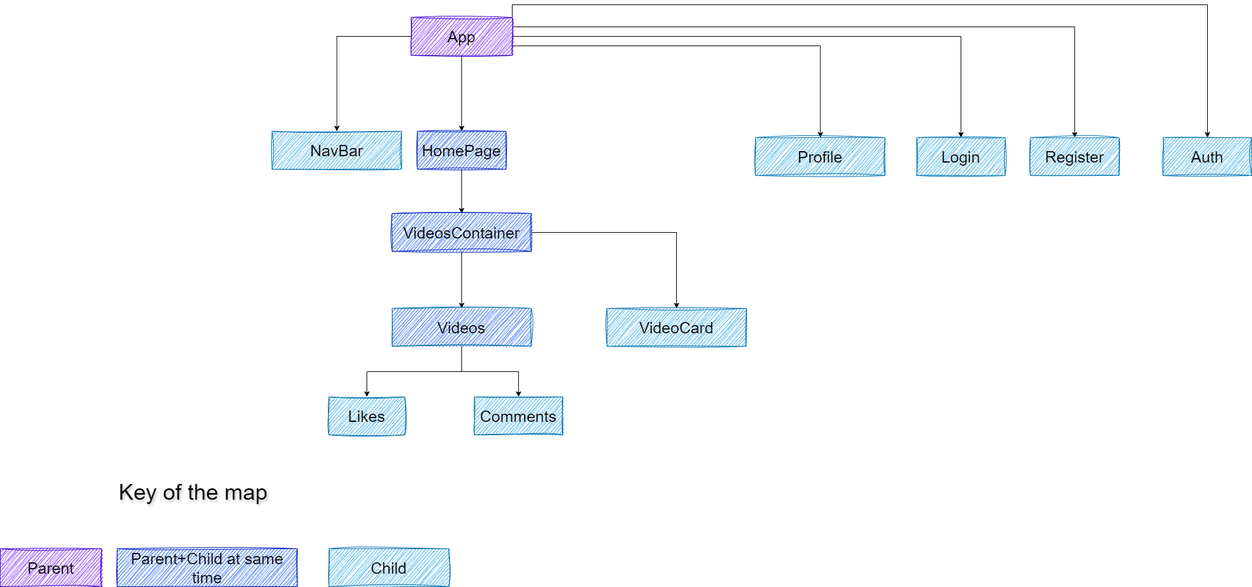
Earlier version of the draw.io export images/Videos_Waves -Hierarchy_Diagram.drawio.png (HussainALAradi5/videos_waves). Source tidied: cells renumbered, new cells last; positions are measured from the earlier drawing's top-left corner, leaving out a move shared by most shapes. The source it was exported from:
```xml
<mxGraphModel>
  <root>
    <mxCell id="0" />
    <mxCell id="1" parent="0" />
    <mxCell id="2" style="edgeStyle=orthogonalEdgeStyle;rounded=0;jettySize=auto;html=1;" parent="1" edge="1" source="8" target="10">
      <mxGeometry relative="1" as="geometry" />
    </mxCell>
    <mxCell id="3" style="edgeStyle=orthogonalEdgeStyle;rounded=0;jettySize=auto;html=1;entryX=0.5;entryY=0;entryDx=0;entryDy=0;" parent="1" edge="1" source="8" target="14">
      <mxGeometry relative="1" as="geometry" />
    </mxCell>
    <mxCell id="4" style="edgeStyle=orthogonalEdgeStyle;rounded=0;jettySize=auto;html=1;exitX=1;exitY=0.25;exitDx=0;exitDy=0;" parent="1" edge="1" source="8" target="24">
      <mxGeometry relative="1" as="geometry" />
    </mxCell>
    <mxCell id="5" style="edgeStyle=orthogonalEdgeStyle;rounded=0;jettySize=auto;html=1;exitX=1;exitY=0.5;exitDx=0;exitDy=0;" parent="1" edge="1" source="8" target="25">
      <mxGeometry relative="1" as="geometry" />
    </mxCell>
    <mxCell id="6" style="edgeStyle=orthogonalEdgeStyle;rounded=0;jettySize=auto;html=1;exitX=1;exitY=0;exitDx=0;exitDy=0;entryX=0.5;entryY=0;entryDx=0;entryDy=0;" parent="1" edge="1" source="8" target="23">
      <mxGeometry relative="1" as="geometry" />
    </mxCell>
    <mxCell id="7" style="edgeStyle=orthogonalEdgeStyle;rounded=0;jettySize=auto;html=1;exitX=1;exitY=0.75;exitDx=0;exitDy=0;entryX=0.5;entryY=0;entryDx=0;entryDy=0;" parent="1" edge="1" source="8" target="22">
      <mxGeometry relative="1" as="geometry" />
    </mxCell>
    <mxCell id="8" value="&lt;font color=&quot;#000000&quot; style=&quot;font-size: 25px;&quot;&gt;App&lt;/font&gt;" style="rounded=0;html=1;fillColor=#6a00ff;strokeColor=#3700CC;fontColor=#ffffff;whiteSpace=wrap;labelBorderColor=none;shadow=0;glass=0;sketch=1;curveFitting=1;jiggle=2;" parent="1" vertex="1">
      <mxGeometry x="650" width="160" height="60" as="geometry" />
    </mxCell>
    <mxCell id="9" style="edgeStyle=orthogonalEdgeStyle;rounded=0;jettySize=auto;html=1;" parent="1" edge="1" source="10" target="17">
      <mxGeometry relative="1" as="geometry" />
    </mxCell>
    <mxCell id="10" value="&lt;font color=&quot;#000000&quot; style=&quot;font-size: 25px;&quot;&gt;HomePage&lt;/font&gt;" style="rounded=0;html=1;fillColor=#0050ef;fontColor=#ffffff;strokeColor=#001DBC;sketch=1;curveFitting=1;jiggle=2;labelBorderColor=none;whiteSpace=wrap;" parent="1" vertex="1">
      <mxGeometry x="660" y="180" width="140" height="60" as="geometry" />
    </mxCell>
    <mxCell id="11" value="&lt;font style=&quot;font-size: 25px;&quot;&gt;Parent&lt;/font&gt;" style="rounded=0;whiteSpace=wrap;html=1;fillColor=#6a00ff;strokeColor=#3700CC;fontColor=#000000;sketch=1;curveFitting=1;jiggle=2;" parent="1" vertex="1">
      <mxGeometry y="840" width="160" height="60" as="geometry" />
    </mxCell>
    <mxCell id="12" value="&lt;font color=&quot;#000000&quot; style=&quot;font-size: 25px;&quot;&gt;Child&lt;/font&gt;" style="rounded=0;whiteSpace=wrap;html=1;fillColor=#1ba1e2;fontColor=#ffffff;strokeColor=#006EAF;glass=0;shadow=0;sketch=1;curveFitting=1;jiggle=2;" parent="1" vertex="1">
      <mxGeometry x="520" y="840" width="190" height="60" as="geometry" />
    </mxCell>
    <mxCell id="13" value="&lt;span style=&quot;font-size: 25px;&quot;&gt;Parent+Child at same time&lt;/span&gt;" style="rounded=0;whiteSpace=wrap;html=1;fillColor=#0050ef;fontColor=#000000;strokeColor=#001DBC;sketch=1;curveFitting=1;jiggle=2;" parent="1" vertex="1">
      <mxGeometry x="185" y="840" width="285" height="60" as="geometry" />
    </mxCell>
    <mxCell id="14" value="&lt;span style=&quot;font-size: 25px;&quot;&gt;&lt;font color=&quot;#000000&quot;&gt;NavBar&lt;/font&gt;&lt;/span&gt;" style="rounded=0;whiteSpace=wrap;html=1;fillColor=#1ba1e2;fontColor=#ffffff;strokeColor=#006EAF;glass=0;shadow=0;sketch=1;curveFitting=1;jiggle=2;" parent="1" vertex="1">
      <mxGeometry x="430" y="180" width="205" height="60" as="geometry" />
    </mxCell>
    <mxCell id="15" style="edgeStyle=orthogonalEdgeStyle;rounded=0;jettySize=auto;html=1;entryX=0.5;entryY=0;entryDx=0;entryDy=0;" parent="1" edge="1" source="17" target="20">
      <mxGeometry relative="1" as="geometry" />
    </mxCell>
    <mxCell id="16" style="edgeStyle=orthogonalEdgeStyle;rounded=0;jettySize=auto;html=1;" parent="1" edge="1" source="17" target="21">
      <mxGeometry relative="1" as="geometry" />
    </mxCell>
    <mxCell id="17" value="&lt;font color=&quot;#000000&quot; style=&quot;font-size: 25px;&quot;&gt;VideosContainer&lt;/font&gt;" style="rounded=0;html=1;fillColor=#0050ef;fontColor=#ffffff;strokeColor=#001DBC;sketch=1;curveFitting=1;jiggle=2;labelBorderColor=none;whiteSpace=wrap;" parent="1" vertex="1">
      <mxGeometry x="620" y="310" width="220" height="60" as="geometry" />
    </mxCell>
    <mxCell id="18" style="edgeStyle=orthogonalEdgeStyle;rounded=0;jettySize=auto;html=1;entryX=0.5;entryY=0;entryDx=0;entryDy=0;" parent="1" edge="1" source="20" target="27">
      <mxGeometry relative="1" as="geometry" />
    </mxCell>
    <mxCell id="19" style="edgeStyle=orthogonalEdgeStyle;rounded=0;jettySize=auto;html=1;entryX=0.5;entryY=0;entryDx=0;entryDy=0;" parent="1" edge="1" source="20" target="28">
      <mxGeometry relative="1" as="geometry" />
    </mxCell>
    <mxCell id="20" value="&lt;font color=&quot;#000000&quot; style=&quot;font-size: 25px;&quot;&gt;Videos&lt;/font&gt;" style="rounded=0;html=1;fillColor=#0050EF;fontColor=#ffffff;strokeColor=#006EAF;sketch=1;curveFitting=1;jiggle=2;labelBorderColor=none;whiteSpace=wrap;" parent="1" vertex="1">
      <mxGeometry x="620" y="460" width="220" height="60" as="geometry" />
    </mxCell>
    <mxCell id="21" value="&lt;font color=&quot;#000000&quot; style=&quot;font-size: 25px;&quot;&gt;VideoCard&lt;/font&gt;" style="rounded=0;html=1;fillColor=#1ba1e2;fontColor=#ffffff;strokeColor=#006EAF;sketch=1;curveFitting=1;jiggle=2;labelBorderColor=none;whiteSpace=wrap;" parent="1" vertex="1">
      <mxGeometry x="960" y="460" width="220" height="60" as="geometry" />
    </mxCell>
    <mxCell id="22" value="&lt;span style=&quot;font-size: 25px;&quot;&gt;&lt;font color=&quot;#000000&quot;&gt;Profile&lt;/font&gt;&lt;/span&gt;" style="rounded=0;whiteSpace=wrap;html=1;fillColor=#1ba1e2;fontColor=#ffffff;strokeColor=#006EAF;glass=0;shadow=0;sketch=1;curveFitting=1;jiggle=2;" parent="1" vertex="1">
      <mxGeometry x="1195" y="190" width="205" height="60" as="geometry" />
    </mxCell>
    <mxCell id="23" value="&lt;font color=&quot;#000000&quot; style=&quot;font-size: 25px;&quot;&gt;Auth&lt;/font&gt;" style="rounded=0;html=1;fillColor=#1ba1e2;fontColor=#ffffff;strokeColor=#006EAF;sketch=1;curveFitting=1;jiggle=2;labelBorderColor=none;whiteSpace=wrap;" parent="1" vertex="1">
      <mxGeometry x="1840" y="190" width="140" height="60" as="geometry" />
    </mxCell>
    <mxCell id="24" value="&lt;font color=&quot;#000000&quot; style=&quot;font-size: 25px;&quot;&gt;Register&lt;/font&gt;" style="rounded=0;html=1;fillColor=#1ba1e2;fontColor=#ffffff;strokeColor=#006EAF;sketch=1;curveFitting=1;jiggle=2;labelBorderColor=none;whiteSpace=wrap;" parent="1" vertex="1">
      <mxGeometry x="1630" y="190" width="140" height="60" as="geometry" />
    </mxCell>
    <mxCell id="25" value="&lt;font color=&quot;#000000&quot; style=&quot;font-size: 25px;&quot;&gt;Login&lt;/font&gt;" style="rounded=0;html=1;fillColor=#1ba1e2;fontColor=#ffffff;strokeColor=#006EAF;sketch=1;curveFitting=1;jiggle=2;labelBorderColor=none;whiteSpace=wrap;" parent="1" vertex="1">
      <mxGeometry x="1450" y="190" width="140" height="60" as="geometry" />
    </mxCell>
    <mxCell id="26" value="&lt;font style=&quot;font-size: 35px;&quot;&gt;Key of the map&lt;/font&gt;" style="text;html=1;align=center;verticalAlign=middle;strokeColor=none;fillColor=none;fontColor=#000000;labelBackgroundColor=none;labelBorderColor=none;textShadow=1;" parent="1" vertex="1">
      <mxGeometry x="175" y="720" width="260" height="60" as="geometry" />
    </mxCell>
    <mxCell id="27" value="Likes" style="whiteSpace=wrap;html=1;fillColor=#1ba1e2;strokeColor=#006EAF;fontColor=#000000;rounded=0;sketch=1;curveFitting=1;jiggle=2;labelBorderColor=none;fontSize=25;" parent="1" vertex="1">
      <mxGeometry x="520" y="600" width="120" height="60" as="geometry" />
    </mxCell>
    <mxCell id="28" value="Comments" style="whiteSpace=wrap;html=1;fillColor=#1ba1e2;strokeColor=#006EAF;fontColor=#000000;rounded=0;sketch=1;curveFitting=1;jiggle=2;labelBorderColor=none;fontSize=25;" parent="1" vertex="1">
      <mxGeometry x="750" y="600" width="140" height="60" as="geometry" />
    </mxCell>
  </root>
</mxGraphModel>
```
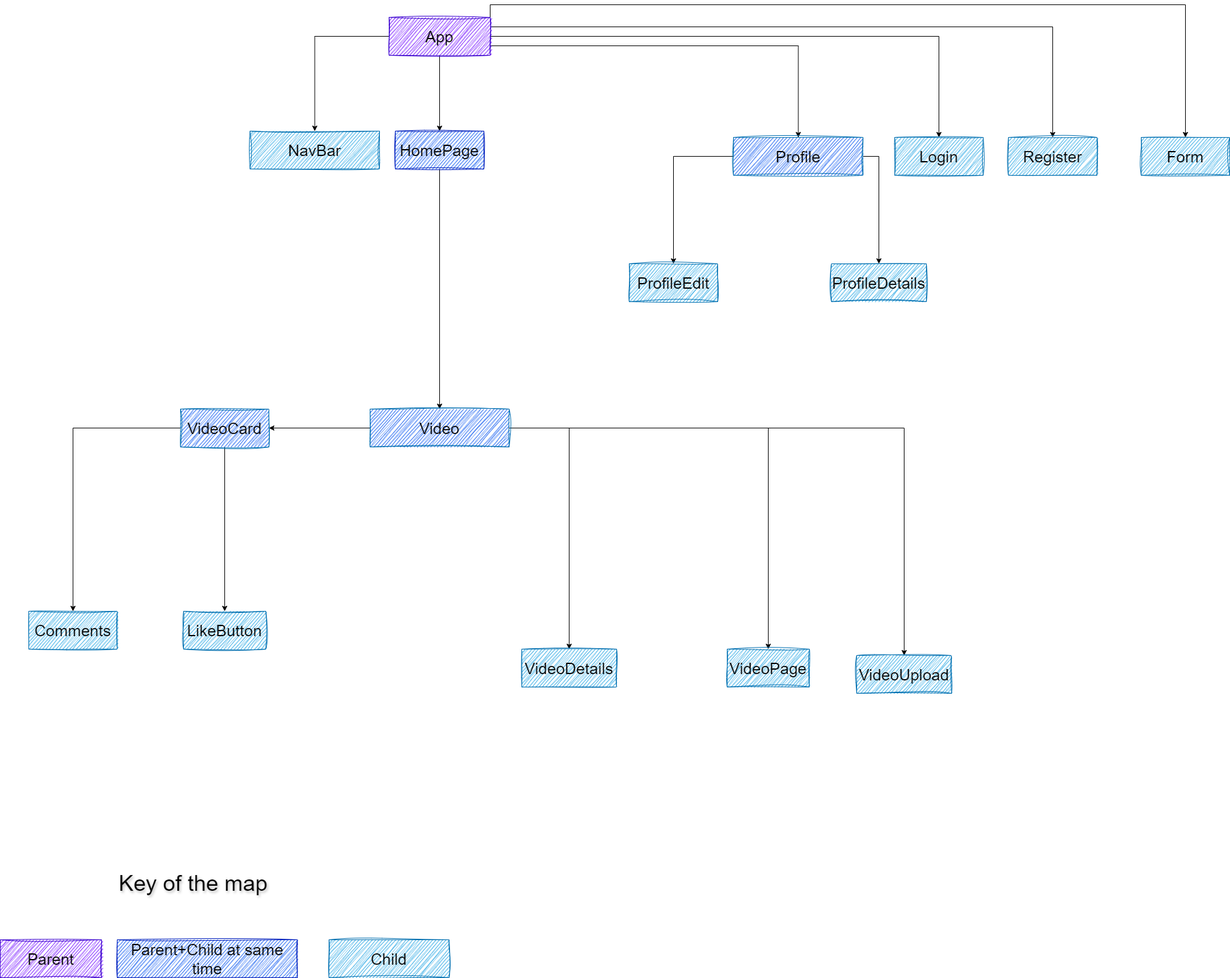
After the commit.

Diff of the diagram source:
```diff
@@ -23,49 +23,49 @@
     <mxCell id="8" value="&lt;font color=&quot;#000000&quot; style=&quot;font-size: 25px;&quot;&gt;App&lt;/font&gt;" style="rounded=0;html=1;fillColor=#6a00ff;strokeColor=#3700CC;fontColor=#ffffff;whiteSpace=wrap;labelBorderColor=none;shadow=0;glass=0;sketch=1;curveFitting=1;jiggle=2;" parent="1" vertex="1">
       <mxGeometry x="650" width="160" height="60" as="geometry" />
     </mxCell>
-    <mxCell id="9" style="edgeStyle=orthogonalEdgeStyle;rounded=0;jettySize=auto;html=1;" parent="1" edge="1" source="10" target="17">
+    <mxCell id="9" style="edgeStyle=orthogonalEdgeStyle;rounded=0;jettySize=auto;html=1;entryX=0.5;entryY=0;entryDx=0;entryDy=0;" parent="1" edge="1" source="10" target="20">
       <mxGeometry relative="1" as="geometry" />
     </mxCell>
     <mxCell id="10" value="&lt;font color=&quot;#000000&quot; style=&quot;font-size: 25px;&quot;&gt;HomePage&lt;/font&gt;" style="rounded=0;html=1;fillColor=#0050ef;fontColor=#ffffff;strokeColor=#001DBC;sketch=1;curveFitting=1;jiggle=2;labelBorderColor=none;whiteSpace=wrap;" parent="1" vertex="1">
       <mxGeometry x="660" y="180" width="140" height="60" as="geometry" />
     </mxCell>
     <mxCell id="11" value="&lt;font style=&quot;font-size: 25px;&quot;&gt;Parent&lt;/font&gt;" style="rounded=0;whiteSpace=wrap;html=1;fillColor=#6a00ff;strokeColor=#3700CC;fontColor=#000000;sketch=1;curveFitting=1;jiggle=2;" parent="1" vertex="1">
-      <mxGeometry y="840" width="160" height="60" as="geometry" />
+      <mxGeometry x="35" y="1460" width="160" height="60" as="geometry" />
     </mxCell>
     <mxCell id="12" value="&lt;font color=&quot;#000000&quot; style=&quot;font-size: 25px;&quot;&gt;Child&lt;/font&gt;" style="rounded=0;whiteSpace=wrap;html=1;fillColor=#1ba1e2;fontColor=#ffffff;strokeColor=#006EAF;glass=0;shadow=0;sketch=1;curveFitting=1;jiggle=2;" parent="1" vertex="1">
-      <mxGeometry x="520" y="840" width="190" height="60" as="geometry" />
+      <mxGeometry x="555" y="1460" width="190" height="60" as="geometry" />
     </mxCell>
     <mxCell id="13" value="&lt;span style=&quot;font-size: 25px;&quot;&gt;Parent+Child at same time&lt;/span&gt;" style="rounded=0;whiteSpace=wrap;html=1;fillColor=#0050ef;fontColor=#000000;strokeColor=#001DBC;sketch=1;curveFitting=1;jiggle=2;" parent="1" vertex="1">
-      <mxGeometry x="185" y="840" width="285" height="60" as="geometry" />
+      <mxGeometry x="220" y="1460" width="285" height="60" as="geometry" />
     </mxCell>
     <mxCell id="14" value="&lt;span style=&quot;font-size: 25px;&quot;&gt;&lt;font color=&quot;#000000&quot;&gt;NavBar&lt;/font&gt;&lt;/span&gt;" style="rounded=0;whiteSpace=wrap;html=1;fillColor=#1ba1e2;fontColor=#ffffff;strokeColor=#006EAF;glass=0;shadow=0;sketch=1;curveFitting=1;jiggle=2;" parent="1" vertex="1">
       <mxGeometry x="430" y="180" width="205" height="60" as="geometry" />
     </mxCell>
-    <mxCell id="15" style="edgeStyle=orthogonalEdgeStyle;rounded=0;jettySize=auto;html=1;entryX=0.5;entryY=0;entryDx=0;entryDy=0;" parent="1" edge="1" source="17" target="20">
-      <mxGeometry relative="1" as="geometry" />
-    </mxCell>
-    <mxCell id="16" style="edgeStyle=orthogonalEdgeStyle;rounded=0;jettySize=auto;html=1;" parent="1" edge="1" source="17" target="21">
-      <mxGeometry relative="1" as="geometry" />
-    </mxCell>
-    <mxCell id="17" value="&lt;font color=&quot;#000000&quot; style=&quot;font-size: 25px;&quot;&gt;VideosContainer&lt;/font&gt;" style="rounded=0;html=1;fillColor=#0050ef;fontColor=#ffffff;strokeColor=#001DBC;sketch=1;curveFitting=1;jiggle=2;labelBorderColor=none;whiteSpace=wrap;" parent="1" vertex="1">
-      <mxGeometry x="620" y="310" width="220" height="60" as="geometry" />
-    </mxCell>
-    <mxCell id="18" style="edgeStyle=orthogonalEdgeStyle;rounded=0;jettySize=auto;html=1;entryX=0.5;entryY=0;entryDx=0;entryDy=0;" parent="1" edge="1" source="20" target="27">
-      <mxGeometry relative="1" as="geometry" />
-    </mxCell>
-    <mxCell id="19" style="edgeStyle=orthogonalEdgeStyle;rounded=0;jettySize=auto;html=1;entryX=0.5;entryY=0;entryDx=0;entryDy=0;" parent="1" edge="1" source="20" target="28">
-      <mxGeometry relative="1" as="geometry" />
-    </mxCell>
+    <mxCell id="29" style="edgeStyle=orthogonalEdgeStyle;rounded=0;jettySize=auto;html=1;" parent="1" edge="1" source="20" target="21">
+      <mxGeometry relative="1" as="geometry" />
+    </mxCell>
+    <mxCell id="30" style="edgeStyle=orthogonalEdgeStyle;rounded=0;jettySize=auto;html=1;" parent="1" edge="1" source="20" target="37">
+      <mxGeometry relative="1" as="geometry" />
+    </mxCell>
+    <mxCell id="31" style="edgeStyle=orthogonalEdgeStyle;rounded=0;jettySize=auto;html=1;" parent="1" edge="1" source="20" target="38">
+      <mxGeometry relative="1" as="geometry" />
+    </mxCell>
+    <mxCell id="32" style="edgeStyle=orthogonalEdgeStyle;rounded=0;jettySize=auto;html=1;entryX=0.5;entryY=0;entryDx=0;entryDy=0;" parent="1" edge="1" source="20" target="39">
+      <mxGeometry relative="1" as="geometry" />
+    </mxCell>
-    <mxCell id="20" value="&lt;font color=&quot;#000000&quot; style=&quot;font-size: 25px;&quot;&gt;Videos&lt;/font&gt;" style="rounded=0;html=1;fillColor=#0050EF;fontColor=#ffffff;strokeColor=#006EAF;sketch=1;curveFitting=1;jiggle=2;labelBorderColor=none;whiteSpace=wrap;" parent="1" vertex="1">
-      <mxGeometry x="620" y="460" width="220" height="60" as="geometry" />
+    <mxCell id="20" value="&lt;font color=&quot;#000000&quot; style=&quot;font-size: 25px;&quot;&gt;Video&lt;/font&gt;" style="rounded=0;html=1;fillColor=#0050EF;fontColor=#ffffff;strokeColor=#006EAF;sketch=1;curveFitting=1;jiggle=2;labelBorderColor=none;whiteSpace=wrap;" parent="1" vertex="1">
+      <mxGeometry x="620" y="620" width="220" height="60" as="geometry" />
     </mxCell>
-    <mxCell id="21" value="&lt;font color=&quot;#000000&quot; style=&quot;font-size: 25px;&quot;&gt;VideoCard&lt;/font&gt;" style="rounded=0;html=1;fillColor=#1ba1e2;fontColor=#ffffff;strokeColor=#006EAF;sketch=1;curveFitting=1;jiggle=2;labelBorderColor=none;whiteSpace=wrap;" parent="1" vertex="1">
-      <mxGeometry x="960" y="460" width="220" height="60" as="geometry" />
-    </mxCell>
+    <mxCell id="33" style="edgeStyle=orthogonalEdgeStyle;rounded=0;jettySize=auto;html=1;" parent="1" edge="1" source="22" target="40">
+      <mxGeometry relative="1" as="geometry" />
+    </mxCell>
+    <mxCell id="34" style="edgeStyle=orthogonalEdgeStyle;rounded=0;jettySize=auto;html=1;exitX=1;exitY=0.5;exitDx=0;exitDy=0;entryX=0.5;entryY=0;entryDx=0;entryDy=0;" parent="1" edge="1" source="22" target="41">
+      <mxGeometry relative="1" as="geometry" />
+    </mxCell>
-    <mxCell id="22" value="&lt;span style=&quot;font-size: 25px;&quot;&gt;&lt;font color=&quot;#000000&quot;&gt;Profile&lt;/font&gt;&lt;/span&gt;" style="rounded=0;whiteSpace=wrap;html=1;fillColor=#1ba1e2;fontColor=#ffffff;strokeColor=#006EAF;glass=0;shadow=0;sketch=1;curveFitting=1;jiggle=2;" parent="1" vertex="1">
+    <mxCell id="22" value="&lt;span style=&quot;font-size: 25px;&quot;&gt;&lt;font color=&quot;#000000&quot;&gt;Profile&lt;/font&gt;&lt;/span&gt;" style="rounded=0;whiteSpace=wrap;html=1;fillColor=#0050EF;fontColor=#ffffff;strokeColor=#006EAF;glass=0;shadow=0;sketch=1;curveFitting=1;jiggle=2;" parent="1" vertex="1">
       <mxGeometry x="1195" y="190" width="205" height="60" as="geometry" />
     </mxCell>
-    <mxCell id="23" value="&lt;font color=&quot;#000000&quot; style=&quot;font-size: 25px;&quot;&gt;Auth&lt;/font&gt;" style="rounded=0;html=1;fillColor=#1ba1e2;fontColor=#ffffff;strokeColor=#006EAF;sketch=1;curveFitting=1;jiggle=2;labelBorderColor=none;whiteSpace=wrap;" parent="1" vertex="1">
+    <mxCell id="23" value="&lt;font color=&quot;#000000&quot; style=&quot;font-size: 25px;&quot;&gt;Form&lt;/font&gt;" style="rounded=0;html=1;fillColor=#1ba1e2;fontColor=#ffffff;strokeColor=#006EAF;sketch=1;curveFitting=1;jiggle=2;labelBorderColor=none;whiteSpace=wrap;" parent="1" vertex="1">
       <mxGeometry x="1840" y="190" width="140" height="60" as="geometry" />
     </mxCell>
     <mxCell id="24" value="&lt;font color=&quot;#000000&quot; style=&quot;font-size: 25px;&quot;&gt;Register&lt;/font&gt;" style="rounded=0;html=1;fillColor=#1ba1e2;fontColor=#ffffff;strokeColor=#006EAF;sketch=1;curveFitting=1;jiggle=2;labelBorderColor=none;whiteSpace=wrap;" parent="1" vertex="1">
@@ -75,13 +75,37 @@
       <mxGeometry x="1450" y="190" width="140" height="60" as="geometry" />
     </mxCell>
     <mxCell id="26" value="&lt;font style=&quot;font-size: 35px;&quot;&gt;Key of the map&lt;/font&gt;" style="text;html=1;align=center;verticalAlign=middle;strokeColor=none;fillColor=none;fontColor=#000000;labelBackgroundColor=none;labelBorderColor=none;textShadow=1;" parent="1" vertex="1">
-      <mxGeometry x="175" y="720" width="260" height="60" as="geometry" />
+      <mxGeometry x="210" y="1340" width="260" height="60" as="geometry" />
     </mxCell>
-    <mxCell id="27" value="Likes" style="whiteSpace=wrap;html=1;fillColor=#1ba1e2;strokeColor=#006EAF;fontColor=#000000;rounded=0;sketch=1;curveFitting=1;jiggle=2;labelBorderColor=none;fontSize=25;" parent="1" vertex="1">
-      <mxGeometry x="520" y="600" width="120" height="60" as="geometry" />
+    <mxCell id="27" value="LikeButton" style="whiteSpace=wrap;html=1;fillColor=#1ba1e2;strokeColor=#006EAF;fontColor=#000000;rounded=0;sketch=1;curveFitting=1;jiggle=2;labelBorderColor=none;fontSize=25;" parent="1" vertex="1">
+      <mxGeometry x="325" y="940" width="130" height="60" as="geometry" />
     </mxCell>
+    <mxCell id="35" style="edgeStyle=orthogonalEdgeStyle;rounded=0;jettySize=auto;html=1;entryX=0.5;entryY=0;entryDx=0;entryDy=0;" parent="1" edge="1" source="21" target="27">
+      <mxGeometry relative="1" as="geometry" />
+    </mxCell>
+    <mxCell id="36" style="edgeStyle=orthogonalEdgeStyle;rounded=0;jettySize=auto;html=1;entryX=0.5;entryY=0;entryDx=0;entryDy=0;" parent="1" edge="1" source="21" target="28">
+      <mxGeometry relative="1" as="geometry" />
+    </mxCell>
+    <mxCell id="21" value="&lt;font color=&quot;#000000&quot;&gt;VideoCard&lt;/font&gt;" style="whiteSpace=wrap;html=1;fillColor=#0050EF;strokeColor=#006EAF;fontColor=#ffffff;rounded=0;sketch=1;curveFitting=1;jiggle=2;labelBorderColor=none;fontSize=25;" parent="1" vertex="1">
+      <mxGeometry x="320" y="620" width="140" height="60" as="geometry" />
+    </mxCell>
+    <mxCell id="37" value="&lt;font color=&quot;#000000&quot; style=&quot;font-size: 25px;&quot;&gt;VideoPage&lt;/font&gt;" style="whiteSpace=wrap;html=1;fillColor=#1BA1E2;strokeColor=#006EAF;fontColor=#ffffff;rounded=0;sketch=1;curveFitting=1;jiggle=2;labelBorderColor=none;" parent="1" vertex="1">
+      <mxGeometry x="1185" y="1000" width="130" height="60" as="geometry" />
+    </mxCell>
+    <mxCell id="38" value="&lt;font style=&quot;font-size: 25px;&quot; color=&quot;#000000&quot;&gt;VideoDetails&lt;/font&gt;" style="whiteSpace=wrap;html=1;fillColor=#1BA1E2;strokeColor=#006EAF;fontColor=#ffffff;rounded=0;sketch=1;curveFitting=1;jiggle=2;labelBorderColor=none;fontSize=25;" parent="1" vertex="1">
+      <mxGeometry x="860" y="1000" width="150" height="60" as="geometry" />
+    </mxCell>
     <mxCell id="28" value="Comments" style="whiteSpace=wrap;html=1;fillColor=#1ba1e2;strokeColor=#006EAF;fontColor=#000000;rounded=0;sketch=1;curveFitting=1;jiggle=2;labelBorderColor=none;fontSize=25;" parent="1" vertex="1">
-      <mxGeometry x="750" y="600" width="140" height="60" as="geometry" />
+      <mxGeometry x="80" y="940" width="140" height="60" as="geometry" />
     </mxCell>
+    <mxCell id="39" value="&lt;font color=&quot;#000000&quot; style=&quot;font-size: 25px;&quot;&gt;VideoUpload&lt;/font&gt;" style="whiteSpace=wrap;html=1;fillColor=#1BA1E2;strokeColor=#006EAF;fontColor=#ffffff;rounded=0;sketch=1;curveFitting=1;jiggle=2;labelBorderColor=none;" parent="1" vertex="1">
+      <mxGeometry x="1390" y="1010" width="150" height="60" as="geometry" />
+    </mxCell>
+    <mxCell id="40" value="&lt;div style=&quot;font-size: 25px;&quot;&gt;&lt;font color=&quot;#000000&quot;&gt;ProfileEdit&lt;/font&gt;&lt;/div&gt;" style="whiteSpace=wrap;html=1;fillColor=#1ba1e2;strokeColor=#006EAF;fontColor=#ffffff;rounded=0;glass=0;shadow=0;sketch=1;curveFitting=1;jiggle=2;" parent="1" vertex="1">
+      <mxGeometry x="1030" y="390" width="140" height="60" as="geometry" />
+    </mxCell>
+    <mxCell id="41" value="&lt;font color=&quot;#000000&quot; style=&quot;font-size: 25px;&quot;&gt;ProfileDetails&lt;/font&gt;" style="whiteSpace=wrap;html=1;fillColor=#1ba1e2;strokeColor=#006EAF;fontColor=#ffffff;rounded=0;glass=0;shadow=0;sketch=1;curveFitting=1;jiggle=2;fontSize=25;" parent="1" vertex="1">
+      <mxGeometry x="1350" y="390" width="150" height="60" as="geometry" />
+    </mxCell>
   </root>
 </mxGraphModel>
```
